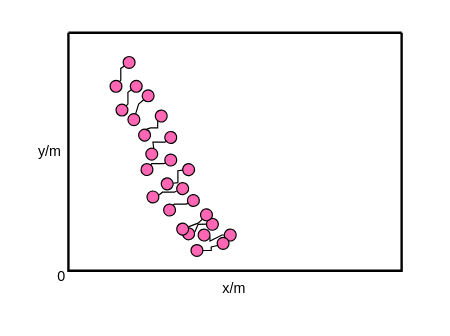
Above: 哑铃分布t=0.1.drawio in mauhin/auto (draw.io), before the change. Source tidied: cells renumbered, new cells numbered last; positions are measured from the earlier drawing's top-left corner, leaving out a move shared by most shapes. Both pictures are drawn from the tidied source at 119%, with x=0, y=0 at pixel (25, 32).
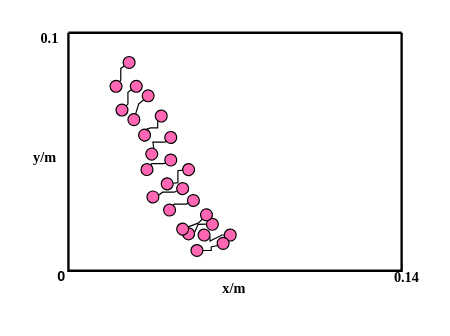
After the change.

Commit message:
更新哑铃分布t=0.1.drawio

What changed in the source:
```diff
@@
-    <mxCell id="52" value="x/m" style="text;html=1;align=center;verticalAlign=middle;strokeColor=none;fillColor=none;" parent="1" vertex="1">
+    <mxCell id="52" value="&lt;font face=&quot;Times New Roman&quot;&gt;&lt;b&gt;x/m&lt;/b&gt;&lt;/font&gt;" style="text;html=1;align=center;verticalAlign=middle;strokeColor=none;fillColor=none;" parent="1" vertex="1">
       <mxGeometry x="155" y="200" width="40" height="30" as="geometry" />
     </mxCell>
-    <mxCell id="53" value="y/m" style="text;html=1;align=center;verticalAlign=middle;strokeColor=none;fillColor=none;" parent="1" vertex="1">
-      <mxGeometry y="85" width="40" height="30" as="geometry" />
+    <mxCell id="53" value="&lt;font face=&quot;Times New Roman&quot;&gt;&lt;b&gt;y/m&lt;/b&gt;&lt;/font&gt;" style="text;html=1;align=center;verticalAlign=middle;strokeColor=none;fillColor=none;" parent="1" vertex="1">
+      <mxGeometry x="-4" y="90" width="40" height="30" as="geometry" />
     </mxCell>
-    <mxCell id="54" value="0" style="text;html=1;align=center;verticalAlign=middle;strokeColor=none;fillColor=none;" parent="1" vertex="1">
+    <mxCell id="54" value="&lt;b&gt;0&lt;/b&gt;" style="text;html=1;align=center;verticalAlign=middle;strokeColor=none;fillColor=none;" parent="1" vertex="1">
       <mxGeometry x="15" y="190" width="30" height="30" as="geometry" />
     </mxCell>
@@
+    <mxCell id="57" value="&lt;font face=&quot;Times New Roman&quot;&gt;&lt;b&gt;0.1&lt;/b&gt;&lt;/font&gt;" style="text;html=1;align=center;verticalAlign=middle;strokeColor=none;fillColor=none;" parent="1" vertex="1">
+      <mxGeometry y="-10" width="40" height="30" as="geometry" />
+    </mxCell>
+    <mxCell id="58" value="&lt;font face=&quot;Times New Roman&quot;&gt;&lt;b&gt;0.14&lt;/b&gt;&lt;/font&gt;" style="text;html=1;align=center;verticalAlign=middle;strokeColor=none;fillColor=none;" parent="1" vertex="1">
+      <mxGeometry x="300" y="191" width="40" height="30" as="geometry" />
+    </mxCell>
```
